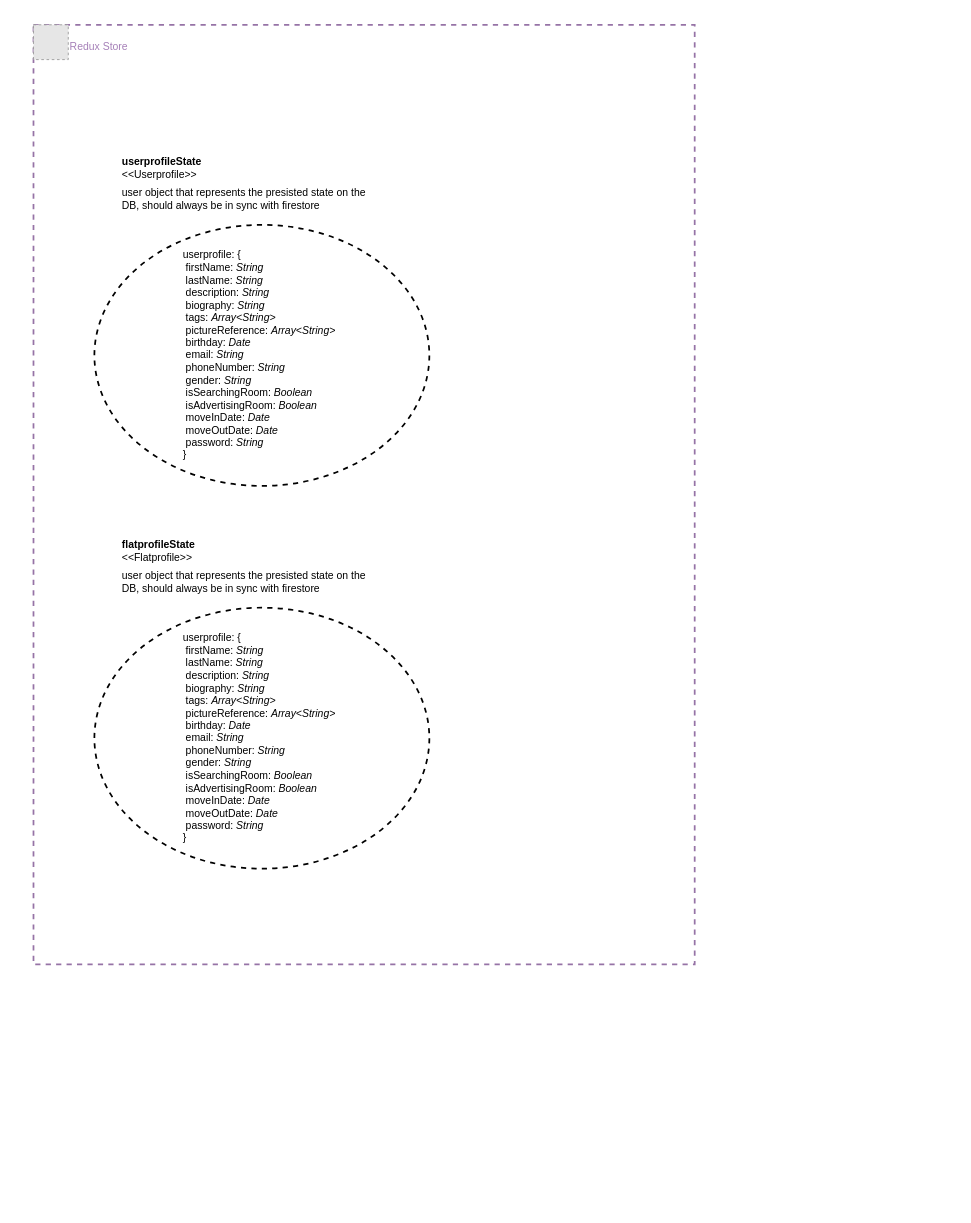
This is diagrams/reduxStore.drawio from sopra-fs22-group-21/roomeight, a draw.io file, before an edit. Source tidied: cells renumbered, new cells numbered last; positions are measured from the earlier drawing's top-left corner, leaving out a move shared by most shapes. Both pictures are drawn from the tidied source at 87%, with x=0, y=0 at pixel (33, 24). Pictures stored in the file or linked from it are replaced by grey dashed boxes.
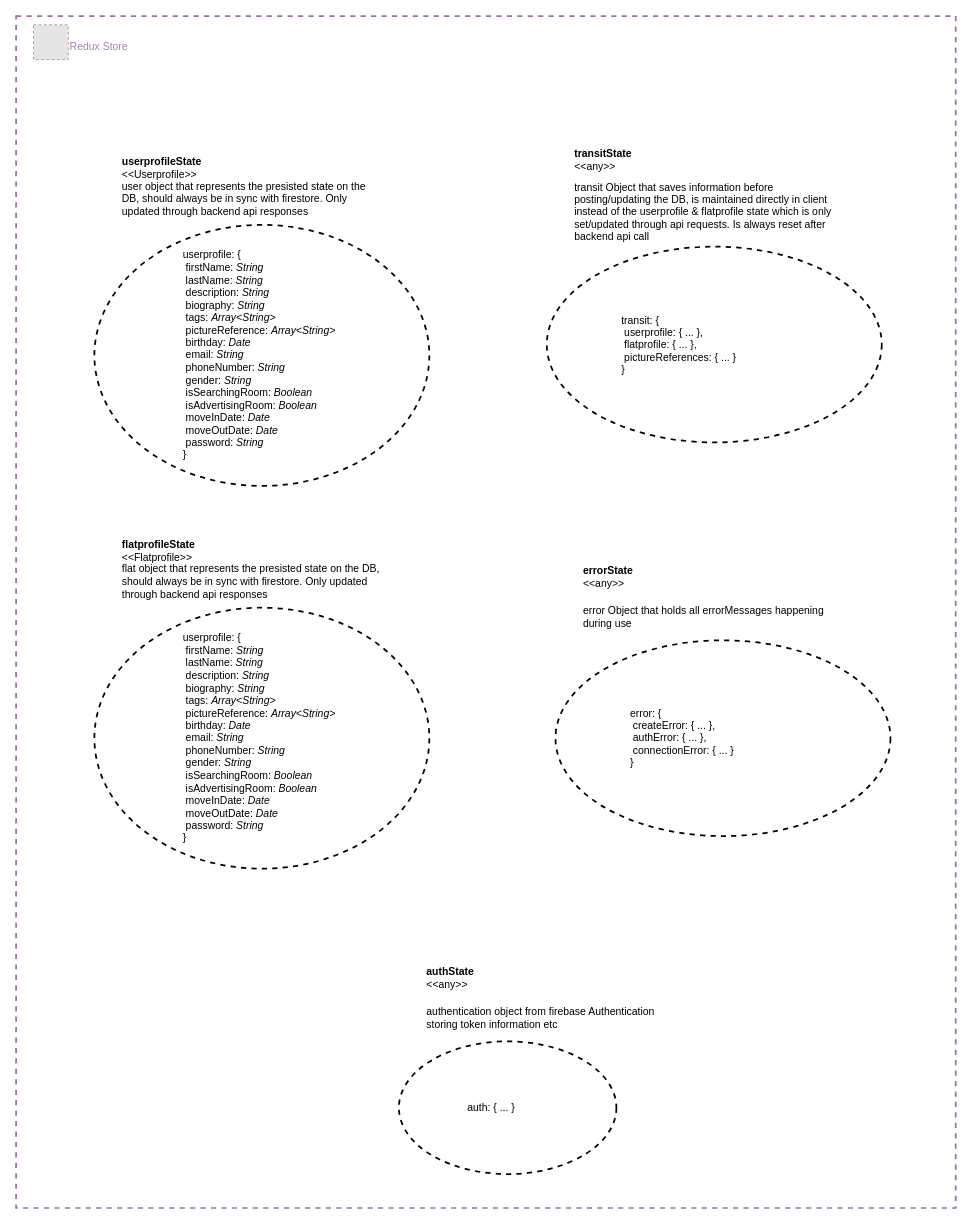
The same page after the edit.

The edit, as a diff of the source:
```diff
@@
     <mxCell id="2" style="rounded=0;whiteSpace=wrap;html=1;fillColor=none;strokeWidth=2;dashed=1;strokeColor=#9673a6;" parent="1" vertex="1">
-      <mxGeometry width="760" height="1080" as="geometry" />
+      <mxGeometry x="-20" y="-10" width="1080" height="1370" as="geometry" />
     </mxCell>
+    <mxCell id="13" style="ellipse;whiteSpace=wrap;html=1;dashed=1;fontColor=#A680B8;strokeWidth=2;fillColor=none;" parent="1" vertex="1">
+      <mxGeometry x="590" y="255" width="385" height="225" as="geometry" />
+    </mxCell>
@@
-    <mxCell id="7" value="&lt;div align=&quot;left&quot;&gt;user object that represents the presisted state on the DB, should always be in sync with firestore&lt;/div&gt;" style="text;html=1;strokeColor=none;fillColor=none;align=left;verticalAlign=middle;whiteSpace=wrap;rounded=0;dashed=1;fontColor=#000000;" parent="1" vertex="1">
+    <mxCell id="7" value="&lt;div align=&quot;left&quot;&gt;user object that represents the presisted state on the DB, should always be in sync with firestore. Only updated through backend api responses&lt;br&gt;&lt;/div&gt;" style="text;html=1;strokeColor=none;fillColor=none;align=left;verticalAlign=middle;whiteSpace=wrap;rounded=0;dashed=1;fontColor=#000000;" parent="1" vertex="1">
       <mxGeometry x="100" y="180" width="300" height="40" as="geometry" />
     </mxCell>
@@
-    <mxCell id="11" value="&lt;div align=&quot;left&quot;&gt;user object that represents the presisted state on the DB, should always be in sync with firestore&lt;/div&gt;" style="text;html=1;strokeColor=none;fillColor=none;align=left;verticalAlign=middle;whiteSpace=wrap;rounded=0;dashed=1;fontColor=#000000;" parent="1" vertex="1">
+    <mxCell id="11" value="&lt;div align=&quot;left&quot;&gt;flat object that represents the presisted state on the DB, should always be in sync with firestore. Only updated through backend api responses&lt;br&gt;&lt;/div&gt;" style="text;html=1;strokeColor=none;fillColor=none;align=left;verticalAlign=middle;whiteSpace=wrap;rounded=0;dashed=1;fontColor=#000000;" parent="1" vertex="1">
       <mxGeometry x="100" y="620" width="300" height="40" as="geometry" />
     </mxCell>
@@
+    <mxCell id="14" value="&lt;div align=&quot;left&quot;&gt;&lt;b&gt;transitState&lt;/b&gt;&lt;/div&gt;&lt;div align=&quot;left&quot;&gt;&amp;lt;&amp;lt;any&amp;gt;&amp;gt;&lt;br&gt;&lt;/div&gt;" style="text;html=1;strokeColor=none;fillColor=none;align=left;verticalAlign=middle;whiteSpace=wrap;rounded=0;dashed=1;fontColor=#000000;" parent="1" vertex="1">
+      <mxGeometry x="620" y="140" width="100" height="30" as="geometry" />
+    </mxCell>
+    <mxCell id="15" value="&lt;div align=&quot;left&quot;&gt;transit Object that saves information before posting/updating the DB, is maintained directly in client instead of the userprofile &amp;amp; flatprofile state which is only set/updated through api requests. Is always reset after backend api call&lt;br&gt;&lt;/div&gt;" style="text;html=1;strokeColor=none;fillColor=none;align=left;verticalAlign=middle;whiteSpace=wrap;rounded=0;dashed=1;fontColor=#000000;" parent="1" vertex="1">
+      <mxGeometry x="620" y="170" width="300" height="90" as="geometry" />
+    </mxCell>
+    <mxCell id="16" value="&lt;div align=&quot;left&quot;&gt;transit: {&lt;/div&gt;&lt;div align=&quot;left&quot;&gt;&lt;span style=&quot;white-space: pre&quot;&gt; &lt;/span&gt;userprofile: { ... },&lt;/div&gt;&lt;div align=&quot;left&quot;&gt;&lt;span style=&quot;white-space: pre&quot;&gt; &lt;/span&gt;flatprofile: { ... },&lt;/div&gt;&lt;div align=&quot;left&quot;&gt;&lt;span style=&quot;white-space: pre&quot;&gt; &lt;/span&gt;pictureReferences: { ... }&lt;br&gt;&lt;/div&gt;&lt;div align=&quot;left&quot;&gt;}&lt;/div&gt;" style="text;html=1;strokeColor=none;fillColor=none;align=left;verticalAlign=middle;whiteSpace=wrap;rounded=0;dashed=1;fontColor=#000000;" parent="1" vertex="1">
+      <mxGeometry x="674" y="292.5" width="217" height="150" as="geometry" />
+    </mxCell>
+    <mxCell id="17" style="ellipse;whiteSpace=wrap;html=1;dashed=1;fontColor=#A680B8;strokeWidth=2;fillColor=none;" parent="1" vertex="1">
+      <mxGeometry x="600" y="707.5" width="385" height="225" as="geometry" />
+    </mxCell>
+    <mxCell id="18" value="&lt;div align=&quot;left&quot;&gt;&lt;b&gt;errorState&lt;/b&gt;&lt;/div&gt;&lt;div align=&quot;left&quot;&gt;&amp;lt;&amp;lt;any&amp;gt;&amp;gt;&lt;br&gt;&lt;/div&gt;" style="text;html=1;strokeColor=none;fillColor=none;align=left;verticalAlign=middle;whiteSpace=wrap;rounded=0;dashed=1;fontColor=#000000;" parent="1" vertex="1">
+      <mxGeometry x="630" y="620" width="100" height="30" as="geometry" />
+    </mxCell>
+    <mxCell id="19" value="&lt;div align=&quot;left&quot;&gt;error Object that holds all errorMessages happening during use&lt;br&gt;&lt;/div&gt;" style="text;html=1;strokeColor=none;fillColor=none;align=left;verticalAlign=middle;whiteSpace=wrap;rounded=0;dashed=1;fontColor=#000000;" parent="1" vertex="1">
+      <mxGeometry x="630" y="650" width="300" height="62.5" as="geometry" />
+    </mxCell>
+    <mxCell id="20" value="&lt;div align=&quot;left&quot;&gt;error: {&lt;/div&gt;&lt;div align=&quot;left&quot;&gt;&lt;span style=&quot;white-space: pre&quot;&gt; createError&lt;/span&gt;: { ... },&lt;/div&gt;&lt;div align=&quot;left&quot;&gt;&lt;span style=&quot;white-space: pre&quot;&gt; &lt;/span&gt;authError: { ... },&lt;/div&gt;&lt;div align=&quot;left&quot;&gt;&lt;span style=&quot;white-space: pre&quot;&gt; &lt;/span&gt;connectionError: { ... }&lt;br&gt;&lt;/div&gt;&lt;div align=&quot;left&quot;&gt;}&lt;/div&gt;" style="text;html=1;strokeColor=none;fillColor=none;align=left;verticalAlign=middle;whiteSpace=wrap;rounded=0;dashed=1;fontColor=#000000;" parent="1" vertex="1">
+      <mxGeometry x="684" y="745" width="217" height="150" as="geometry" />
+    </mxCell>
+    <mxCell id="21" value="&lt;div align=&quot;left&quot;&gt;&lt;b&gt;authState&lt;/b&gt;&lt;/div&gt;&lt;div align=&quot;left&quot;&gt;&amp;lt;&amp;lt;any&amp;gt;&amp;gt;&lt;br&gt;&lt;/div&gt;" style="text;html=1;strokeColor=none;fillColor=none;align=left;verticalAlign=middle;whiteSpace=wrap;rounded=0;dashed=1;fontColor=#000000;" parent="1" vertex="1">
+      <mxGeometry x="450" y="1081" width="100" height="30" as="geometry" />
+    </mxCell>
+    <mxCell id="22" value="authentication object from firebase Authentication storing token information etc" style="text;html=1;strokeColor=none;fillColor=none;align=left;verticalAlign=middle;whiteSpace=wrap;rounded=0;dashed=1;fontColor=#000000;" parent="1" vertex="1">
+      <mxGeometry x="450" y="1111" width="300" height="62.5" as="geometry" />
+    </mxCell>
+    <mxCell id="23" style="ellipse;whiteSpace=wrap;html=1;dashed=1;fontColor=#A680B8;strokeWidth=2;fillColor=none;" parent="1" vertex="1">
+      <mxGeometry x="420" y="1168.5" width="250" height="152.5" as="geometry" />
+    </mxCell>
+    <mxCell id="24" value="&lt;div align=&quot;left&quot;&gt;auth: {&lt;span style=&quot;white-space: pre&quot;&gt; ... &lt;/span&gt;}&lt;/div&gt;" style="text;html=1;strokeColor=none;fillColor=none;align=left;verticalAlign=middle;whiteSpace=wrap;rounded=0;dashed=1;fontColor=#000000;" parent="1" vertex="1">
+      <mxGeometry x="497" y="1202.2" width="96" height="85" as="geometry" />
+    </mxCell>
```
